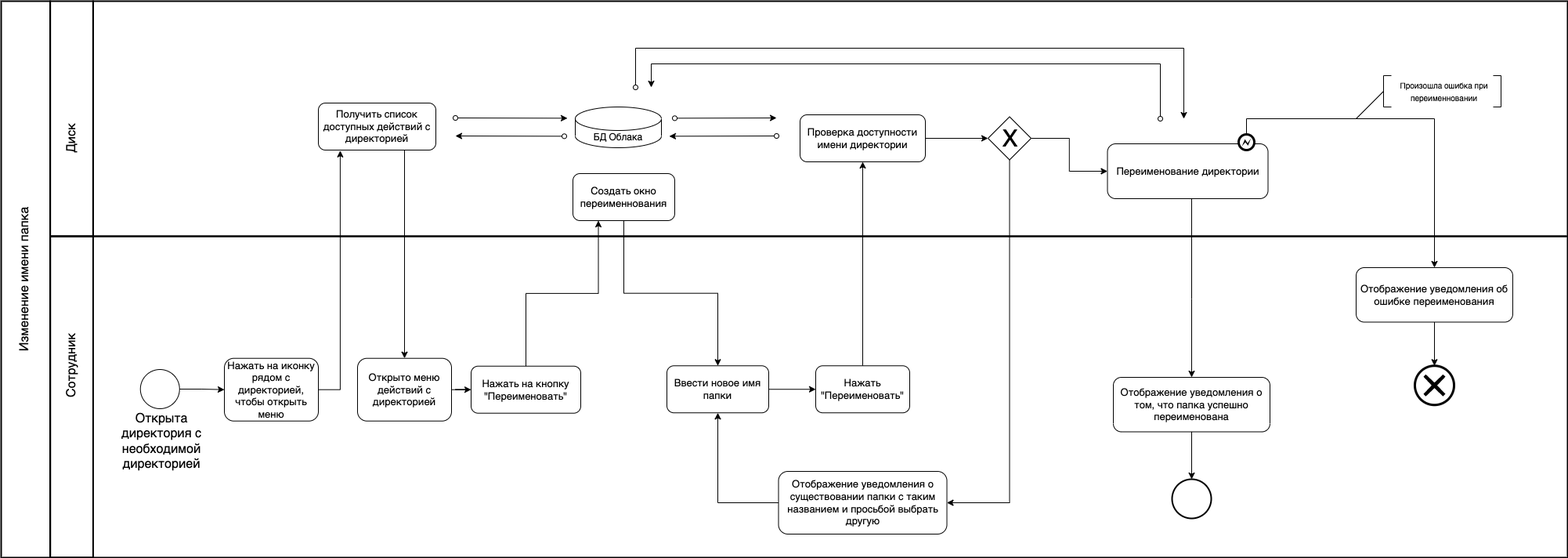
shuv8/cloudstorage keeps this draw.io diagram as docs/bpmn/UML + BPMN-7.8.2 BPMN.drawio.png. Above is the earlier version. Source tidied: cells renumbered, new cells last; positions are measured from the earlier drawing's top-left corner, leaving out a move shared by most shapes.
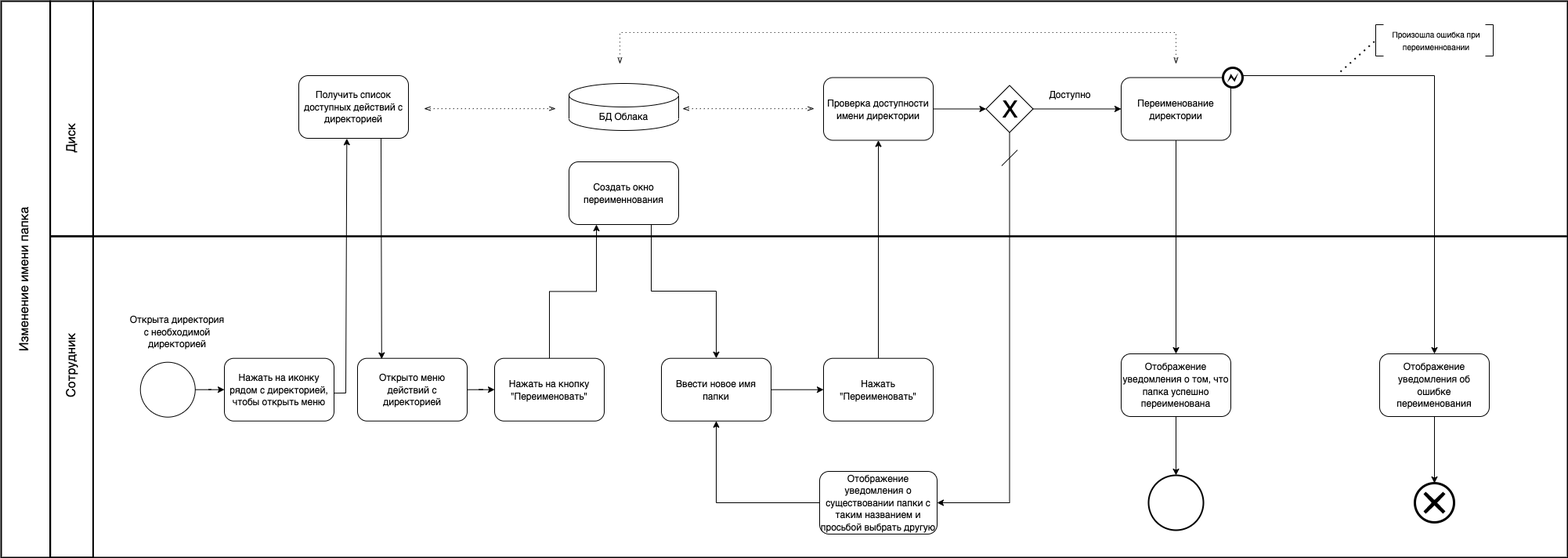
The same file after the commit.

What changed in the source:
```diff
@@ -4,2 +4,5 @@
     <mxCell id="1" parent="0" />
+    <mxCell id="60" style="rounded=0;whiteSpace=wrap;html=1;strokeWidth=2;fontSize=13;fillColor=none;" parent="1" vertex="1">
+      <mxGeometry x="187.4" width="1882.6" height="300" as="geometry" />
+    </mxCell>
     <mxCell id="2" style="rounded=0;whiteSpace=wrap;html=1;strokeWidth=2;fontSize=13;fillColor=none;" parent="1" vertex="1">
@@ -10,7 +13,7 @@
     </mxCell>
-    <mxCell id="4" value="Нажать на кнопку&lt;br&gt;&quot;Переименовать&quot;" style="rounded=1;whiteSpace=wrap;html=1;fontSize=13;" parent="1" vertex="1">
-      <mxGeometry x="670" y="465.7" width="140" height="60" as="geometry" />
+    <mxCell id="4" value="&lt;font style=&quot;font-size: 12px;&quot;&gt;Нажать на кнопку&lt;br&gt;&quot;Переименовать&quot;&lt;/font&gt;" style="rounded=1;whiteSpace=wrap;html=1;fontSize=13;" parent="1" vertex="1">
+      <mxGeometry x="700" y="455.7" width="140" height="80" as="geometry" />
     </mxCell>
     <mxCell id="5" style="ellipse;whiteSpace=wrap;html=1;fontSize=13;strokeWidth=2;" parent="1" vertex="1">
-      <mxGeometry x="1565" y="610" width="50" height="50" as="geometry" />
+      <mxGeometry x="1535" y="605" width="70" height="70" as="geometry" />
     </mxCell>
@@ -37,4 +40,4 @@
     </mxCell>
-    <mxCell id="13" value="Отображение уведомления о том, что папка успешно переименована" style="rounded=1;whiteSpace=wrap;html=1;fontSize=13;" parent="1" vertex="1">
-      <mxGeometry x="1490" y="480" width="200" height="69.5" as="geometry" />
+    <mxCell id="13" value="&lt;font style=&quot;font-size: 12px;&quot;&gt;Отображение уведомления о том, что папка успешно переименована&lt;/font&gt;" style="rounded=1;whiteSpace=wrap;html=1;fontSize=13;" parent="1" vertex="1">
+      <mxGeometry x="1500" y="450" width="140" height="80" as="geometry" />
     </mxCell>
@@ -48,10 +51,2 @@
     </mxCell>
-    <mxCell id="16" style="edgeStyle=orthogonalEdgeStyle;rounded=0;jettySize=auto;html=1;entryX=0.5;entryY=0;entryDx=0;entryDy=0;" parent="1" edge="1" source="41" target="13">
-      <mxGeometry relative="1" as="geometry">
-        <Array as="points">
-          <mxPoint x="1590" y="380" />
-          <mxPoint x="1590" y="380" />
-        </Array>
-      </mxGeometry>
-    </mxCell>
     <mxCell id="17" style="edgeStyle=orthogonalEdgeStyle;rounded=0;jettySize=auto;html=1;fontSize=11;" parent="1" edge="1" source="18" target="20">
@@ -59,4 +54,4 @@
     </mxCell>
-    <mxCell id="18" value="Ввести новое имя папки" style="rounded=1;whiteSpace=wrap;html=1;fontSize=13;" parent="1" vertex="1">
-      <mxGeometry x="920" y="465.2" width="130" height="60" as="geometry" />
+    <mxCell id="18" value="&lt;font style=&quot;font-size: 12px;&quot;&gt;Ввести новое имя папки&lt;/font&gt;" style="rounded=1;whiteSpace=wrap;html=1;fontSize=13;" parent="1" vertex="1">
+      <mxGeometry x="913" y="455.7" width="140" height="80" as="geometry" />
     </mxCell>
@@ -65,4 +60,4 @@
     </mxCell>
-    <mxCell id="20" value="Нажать&lt;br&gt;&quot;Переименовать&quot;" style="rounded=1;whiteSpace=wrap;html=1;fontSize=13;" parent="1" vertex="1">
-      <mxGeometry x="1110" y="465.2" width="120" height="60" as="geometry" />
+    <mxCell id="20" value="&lt;font style=&quot;font-size: 12px;&quot;&gt;Нажать&lt;br&gt;&quot;Переименовать&quot;&lt;/font&gt;" style="rounded=1;whiteSpace=wrap;html=1;fontSize=13;" parent="1" vertex="1">
+      <mxGeometry x="1120" y="455.7" width="140" height="80" as="geometry" />
     </mxCell>
@@ -71,4 +66,4 @@
     </mxCell>
-    <mxCell id="22" value="Отображение уведомления об ошибке переименования" style="rounded=1;whiteSpace=wrap;html=1;fontSize=13;" parent="1" vertex="1">
-      <mxGeometry x="1800" y="340" width="200" height="69.5" as="geometry" />
+    <mxCell id="22" value="&lt;font style=&quot;font-size: 12px;&quot;&gt;Отображение уведомления об ошибке переименования&lt;/font&gt;" style="rounded=1;whiteSpace=wrap;html=1;fontSize=13;" parent="1" vertex="1">
+      <mxGeometry x="1830" y="450" width="140" height="80" as="geometry" />
     </mxCell>
@@ -82,3 +77,3 @@
     <mxCell id="24" style="rhombus;whiteSpace=wrap;html=1;" parent="1" vertex="1">
-      <mxGeometry x="1330" y="147.5" width="55" height="55" as="geometry" />
+      <mxGeometry x="1327.5" y="107.5" width="60" height="60" as="geometry" />
     </mxCell>
@@ -88,3 +83,3 @@
     <mxCell id="26" value="&lt;font style=&quot;font-size: 30px&quot;&gt;X&lt;/font&gt;" style="text;html=1;align=center;verticalAlign=middle;" parent="1" vertex="1">
-      <mxGeometry x="1337.5" y="159.8" width="40" height="30" as="geometry" />
+      <mxGeometry x="1337.5" y="122.5" width="40" height="30" as="geometry" />
     </mxCell>
@@ -93,4 +88,4 @@
     </mxCell>
-    <mxCell id="28" value="Отображение уведомления о существовании папки с таким названием и просьбой выбрать другую" style="rounded=1;whiteSpace=wrap;html=1;fontSize=13;" parent="1" vertex="1">
-      <mxGeometry x="1062.5" y="600" width="215" height="80" as="geometry" />
+    <mxCell id="28" value="&lt;font style=&quot;font-size: 12px;&quot;&gt;Отображение уведомления о существовании папки с таким названием и просьбой выбрать другую&lt;/font&gt;" style="rounded=1;whiteSpace=wrap;html=1;fontSize=13;" parent="1" vertex="1">
+      <mxGeometry x="1115" y="600" width="150" height="80" as="geometry" />
     </mxCell>
@@ -100,6 +95,6 @@
     <mxCell id="30" style="ellipse;whiteSpace=wrap;html=1;fontSize=13;" parent="29" vertex="1">
-      <mxGeometry x="37.8" y="250" width="50" height="50" as="geometry" />
+      <mxGeometry x="37.8" y="240.7" width="70" height="70" as="geometry" />
     </mxCell>
-    <mxCell id="31" value="Нажать на иконку рядом с директорией, чтобы открыть меню" style="rounded=1;whiteSpace=wrap;html=1;fontSize=13;" parent="29" vertex="1">
-      <mxGeometry x="145" y="235.7" width="120" height="80" as="geometry" />
+    <mxCell id="31" value="&lt;font style=&quot;font-size: 12px;&quot;&gt;Нажать на иконку рядом с директорией, чтобы открыть меню&lt;/font&gt;" style="rounded=1;whiteSpace=wrap;html=1;fontSize=13;" parent="29" vertex="1">
+      <mxGeometry x="145" y="235.7" width="140" height="80" as="geometry" />
     </mxCell>
@@ -108,41 +103,22 @@
     </mxCell>
-    <mxCell id="33" value="&lt;font style=&quot;font-size: 16px&quot;&gt;Открыта директория с необходимой директорией&lt;/font&gt;" style="text;html=1;strokeColor=none;fillColor=none;align=center;verticalAlign=middle;whiteSpace=wrap;rounded=0;fontSize=13;rotation=0;" parent="29" vertex="1">
-      <mxGeometry y="320" width="130" height="43.5" as="geometry" />
+    <mxCell id="33" value="&lt;font style=&quot;font-size: 12px;&quot;&gt;Открыта директория с необходимой директорией&lt;/font&gt;" style="text;html=1;strokeColor=none;fillColor=none;align=center;verticalAlign=middle;whiteSpace=wrap;rounded=0;fontSize=13;rotation=0;" parent="29" vertex="1">
+      <mxGeometry x="20" y="180" width="130" height="43.5" as="geometry" />
     </mxCell>
-    <mxCell id="34" value="Открыто меню действий с директорией" style="rounded=1;whiteSpace=wrap;html=1;fontSize=13;" parent="29" vertex="1">
-      <mxGeometry x="315" y="235.7" width="120" height="80" as="geometry" />
+    <mxCell id="34" value="&lt;font style=&quot;font-size: 12px;&quot;&gt;Открыто меню действий с директорией&lt;/font&gt;" style="rounded=1;whiteSpace=wrap;html=1;fontSize=13;" parent="29" vertex="1">
+      <mxGeometry x="315" y="235.7" width="140" height="80" as="geometry" />
     </mxCell>
-    <mxCell id="35" value="Получить список доступных действий с директорией" style="rounded=1;whiteSpace=wrap;html=1;fontSize=13;" parent="1" vertex="1">
-      <mxGeometry x="475" y="130" width="150" height="60" as="geometry" />
+    <mxCell id="35" value="&lt;font style=&quot;font-size: 12px;&quot;&gt;Получить список доступных действий с директорией&lt;/font&gt;" style="rounded=1;whiteSpace=wrap;html=1;fontSize=13;" parent="1" vertex="1">
+      <mxGeometry x="450" y="95" width="140" height="80" as="geometry" />
     </mxCell>
-    <mxCell id="36" style="edgeStyle=orthogonalEdgeStyle;rounded=0;jettySize=auto;html=1;entryX=0.186;entryY=1.013;entryDx=0;entryDy=0;entryPerimeter=0;" parent="1" edge="1" source="31" target="35">
-      <mxGeometry relative="1" as="geometry">
-        <Array as="points">
-          <mxPoint x="502" y="496" />
-          <mxPoint x="502" y="191" />
-        </Array>
-      </mxGeometry>
-    </mxCell>
-    <mxCell id="37" style="edgeStyle=orthogonalEdgeStyle;rounded=0;jettySize=auto;html=1;entryX=0.5;entryY=0;entryDx=0;entryDy=0;exitX=0.75;exitY=1;exitDx=0;exitDy=0;" parent="1" edge="1" source="35" target="34">
-      <mxGeometry relative="1" as="geometry">
-        <Array as="points">
-          <mxPoint x="585" y="190" />
-        </Array>
-      </mxGeometry>
-    </mxCell>
     <mxCell id="38" style="edgeStyle=orthogonalEdgeStyle;rounded=0;jettySize=auto;html=1;entryX=0.5;entryY=0;entryDx=0;entryDy=0;" parent="1" edge="1" source="39" target="18">
-      <mxGeometry relative="1" as="geometry" />
+      <mxGeometry relative="1" as="geometry">
+        <Array as="points">
+          <mxPoint x="900" y="370" />
+          <mxPoint x="983" y="370" />
+        </Array>
+      </mxGeometry>
     </mxCell>
-    <mxCell id="39" value="Создать окно переименнования" style="rounded=1;whiteSpace=wrap;html=1;fontSize=13;" parent="1" vertex="1">
-      <mxGeometry x="800" y="220" width="130" height="60" as="geometry" />
+    <mxCell id="39" value="&lt;font style=&quot;font-size: 12px;&quot;&gt;Создать окно переименнования&lt;/font&gt;" style="rounded=1;whiteSpace=wrap;html=1;fontSize=13;" parent="1" vertex="1">
+      <mxGeometry x="795" y="205" width="140" height="80" as="geometry" />
     </mxCell>
-    <mxCell id="40" style="group;" parent="1" vertex="1">
-      <mxGeometry x="1550" y="130" width="192.5" height="122" as="geometry" />
-    </mxCell>
-    <mxCell id="41" value="Переименование директории" style="rounded=1;whiteSpace=wrap;html=1;fontSize=13;" parent="40" vertex="1">
-      <mxGeometry x="-67.5" y="52" width="205" height="70" as="geometry" />
-    </mxCell>
-    <mxCell id="42" style="shape=mxgraph.bpmn.shape;html=1;verticalLabelPosition=bottom;labelBackgroundColor=#ffffff;verticalAlign=top;align=center;perimeter=ellipsePerimeter;outlineConnect=0;outline=end;symbol=error;" parent="40" vertex="1">
-      <mxGeometry x="100" y="40" width="20" height="20" as="geometry" />
-    </mxCell>
     <mxCell id="43" style="edgeStyle=orthogonalEdgeStyle;rounded=0;jettySize=auto;html=1;entryX=0.5;entryY=0;entryDx=0;entryDy=0;" parent="1" edge="1" source="42" target="22">
@@ -150,4 +126,3 @@
         <Array as="points">
-          <mxPoint x="1660" y="150" />
-          <mxPoint x="1900" y="150" />
+          <mxPoint x="1900" y="95" />
         </Array>
@@ -156,3 +131,3 @@
     <mxCell id="44" style="group;" parent="1" vertex="1">
-      <mxGeometry x="1800" y="95" width="185" height="55" as="geometry" />
+      <mxGeometry x="1790" y="30" width="185" height="55" as="geometry" />
     </mxCell>
@@ -170,7 +145,2 @@
     </mxCell>
-    <mxCell id="49" style="endArrow=none;html=1;rounded=0;entryX=0.5;entryY=1;entryDx=0;entryDy=0;" parent="46" edge="1" target="47">
-      <mxGeometry relative="1" as="geometry">
-        <mxPoint y="55" as="sourcePoint" />
-      </mxGeometry>
-    </mxCell>
     <mxCell id="50" style="edgeStyle=orthogonalEdgeStyle;rounded=0;jettySize=auto;html=1;entryX=0;entryY=0.5;entryDx=0;entryDy=0;" parent="1" edge="1" source="51" target="24">
@@ -178,58 +148,66 @@
     </mxCell>
-    <mxCell id="51" value="Проверка доступности имени директории" style="rounded=1;whiteSpace=wrap;html=1;fontSize=13;" parent="1" vertex="1">
-      <mxGeometry x="1090" y="145" width="160" height="60" as="geometry" />
+    <mxCell id="51" value="&lt;font style=&quot;font-size: 12px;&quot;&gt;Проверка доступности имени директории&lt;/font&gt;" style="rounded=1;whiteSpace=wrap;html=1;fontSize=13;" parent="1" vertex="1">
+      <mxGeometry x="1120" y="97.5" width="140" height="80" as="geometry" />
     </mxCell>
     <mxCell id="52" style="points=[[0.145,0.145,0],[0.5,0,0],[0.855,0.145,0],[1,0.5,0],[0.855,0.855,0],[0.5,1,0],[0.145,0.855,0],[0,0.5,0]];shape=mxgraph.bpmn.event;html=1;verticalLabelPosition=bottom;labelBackgroundColor=#ffffff;verticalAlign=top;align=center;perimeter=ellipsePerimeter;outlineConnect=0;outline=end;symbol=cancel;" parent="1" vertex="1">
-      <mxGeometry x="1875" y="465.2" width="50" height="50" as="geometry" />
+      <mxGeometry x="1875" y="615" width="50" height="50" as="geometry" />
     </mxCell>
     <mxCell id="53" value="БД Облака" style="shape=cylinder3;whiteSpace=wrap;html=1;boundedLbl=1;backgroundOutline=1;size=15;" parent="1" vertex="1">
-      <mxGeometry x="803" y="135" width="110" height="52" as="geometry" />
+      <mxGeometry x="795" y="105" width="140" height="60" as="geometry" />
     </mxCell>
-    <mxCell id="54" style="endArrow=classic;html=1;rounded=0;startArrow=oval;startFill=0;" parent="1" edge="1">
-      <mxGeometry relative="1" as="geometry">
-        <mxPoint x="930" y="149.3" as="sourcePoint" />
-        <mxPoint x="1060" y="149" as="targetPoint" />
-      </mxGeometry>
-    </mxCell>
-    <mxCell id="55" style="endArrow=classic;html=1;rounded=0;startArrow=oval;startFill=0;" parent="1" edge="1">
-      <mxGeometry relative="1" as="geometry">
-        <mxPoint x="1060" y="172" as="sourcePoint" />
-        <mxPoint x="923" y="172.3" as="targetPoint" />
-      </mxGeometry>
-    </mxCell>
-    <mxCell id="56" style="endArrow=classic;html=1;rounded=0;startArrow=oval;startFill=0;" parent="1" edge="1">
-      <mxGeometry relative="1" as="geometry">
-        <mxPoint x="650" y="149" as="sourcePoint" />
-        <mxPoint x="793" y="149.4" as="targetPoint" />
-      </mxGeometry>
-    </mxCell>
-    <mxCell id="57" style="endArrow=classic;html=1;rounded=0;startArrow=oval;startFill=0;" parent="1" edge="1">
-      <mxGeometry relative="1" as="geometry">
-        <mxPoint x="789" y="172.3" as="sourcePoint" />
-        <mxPoint x="650" y="172" as="targetPoint" />
-      </mxGeometry>
-    </mxCell>
-    <mxCell id="58" style="endArrow=classic;html=1;rounded=0;startArrow=oval;startFill=0;" parent="1" edge="1">
-      <mxGeometry relative="1" as="geometry">
-        <mxPoint x="880" y="110" as="sourcePoint" />
-        <mxPoint x="1580" y="150" as="targetPoint" />
-        <Array as="points">
-          <mxPoint x="880" y="60" />
-          <mxPoint x="1580" y="60" />
-        </Array>
-      </mxGeometry>
-    </mxCell>
-    <mxCell id="59" style="endArrow=classic;html=1;rounded=0;startArrow=oval;startFill=0;" parent="1" edge="1">
-      <mxGeometry relative="1" as="geometry">
-        <mxPoint x="1550" y="150" as="sourcePoint" />
-        <mxPoint x="900" y="110" as="targetPoint" />
-        <Array as="points">
-          <mxPoint x="1550" y="80" />
-          <mxPoint x="900" y="80" />
-        </Array>
-      </mxGeometry>
-    </mxCell>
-    <mxCell id="60" style="rounded=0;whiteSpace=wrap;html=1;strokeWidth=2;fontSize=13;fillColor=none;" parent="1" vertex="1">
-      <mxGeometry x="187.4" width="1882.6" height="300" as="geometry" />
-    </mxCell>
+    <mxCell id="41" value="&lt;font style=&quot;font-size: 12px;&quot;&gt;Переименование директории&lt;/font&gt;" style="rounded=1;whiteSpace=wrap;html=1;fontSize=13;" parent="1" vertex="1">
+      <mxGeometry x="1500" y="97.5" width="140" height="80" as="geometry" />
+    </mxCell>
+    <mxCell id="36" style="endArrow=classic;html=1;rounded=0;fontSize=12;entryX=0.438;entryY=1.004;entryDx=0;entryDy=0;entryPerimeter=0;exitX=0.996;exitY=0.556;exitDx=0;exitDy=0;exitPerimeter=0;" parent="1" edge="1" source="31" target="35">
+      <mxGeometry relative="1" as="geometry">
+        <Array as="points">
+          <mxPoint x="510" y="500" />
+        </Array>
+      </mxGeometry>
+    </mxCell>
+    <mxCell id="37" style="endArrow=classic;html=1;rounded=0;fontSize=12;exitX=0.75;exitY=1;exitDx=0;exitDy=0;entryX=0.22;entryY=0.011;entryDx=0;entryDy=0;entryPerimeter=0;" parent="1" edge="1" source="35" target="34">
+      <mxGeometry relative="1" as="geometry" />
+    </mxCell>
+    <mxCell id="61" style="edgeStyle=elbowEdgeStyle;fontSize=12;html=1;endFill=0;startFill=0;endSize=6;startSize=6;dashed=1;dashPattern=1 4;endArrow=openThin;startArrow=openThin;rounded=0;jumpStyle=none;exitX=1;exitY=0.5;exitDx=0;exitDy=0;entryX=0;entryY=0.5;entryDx=0;entryDy=0;entryPerimeter=0;" parent="1" edge="1">
+      <mxGeometry relative="1" as="geometry">
+        <mxPoint x="610" y="137.1" as="sourcePoint" />
+        <mxPoint x="778" y="137.1" as="targetPoint" />
+      </mxGeometry>
+    </mxCell>
+    <mxCell id="62" style="edgeStyle=elbowEdgeStyle;fontSize=12;html=1;endFill=0;startFill=0;endSize=6;startSize=6;dashed=1;dashPattern=1 4;endArrow=openThin;startArrow=openThin;rounded=0;jumpStyle=none;exitX=1;exitY=0.5;exitDx=0;exitDy=0;entryX=0;entryY=0.5;entryDx=0;entryDy=0;entryPerimeter=0;" parent="1" edge="1">
+      <mxGeometry relative="1" as="geometry">
+        <mxPoint x="940" y="137.1" as="sourcePoint" />
+        <mxPoint x="1108" y="137.1" as="targetPoint" />
+      </mxGeometry>
+    </mxCell>
+    <mxCell id="63" style="edgeStyle=orthogonalEdgeStyle;fontSize=12;html=1;endFill=0;startFill=0;endSize=6;startSize=6;dashed=1;dashPattern=1 4;endArrow=openThin;startArrow=openThin;rounded=0;jumpStyle=none;" parent="1" edge="1">
+      <mxGeometry relative="1" as="geometry">
+        <mxPoint x="860" y="80" as="sourcePoint" />
+        <mxPoint x="1570" y="80" as="targetPoint" />
+        <Array as="points">
+          <mxPoint x="860" y="40" />
+          <mxPoint x="1570" y="40" />
+        </Array>
+      </mxGeometry>
+    </mxCell>
+    <mxCell id="42" style="shape=mxgraph.bpmn.shape;html=1;verticalLabelPosition=bottom;labelBackgroundColor=#ffffff;verticalAlign=top;align=center;perimeter=ellipsePerimeter;outlineConnect=0;outline=end;symbol=error;" parent="1" vertex="1">
+      <mxGeometry x="1630" y="85" width="25" height="25" as="geometry" />
+    </mxCell>
+    <mxCell id="64" style="endArrow=none;dashed=1;html=1;dashPattern=1 3;strokeWidth=2;rounded=0;fontSize=12;entryX=0.5;entryY=1;entryDx=0;entryDy=0;" parent="1" edge="1" target="47">
+      <mxGeometry relative="1" as="geometry">
+        <mxPoint x="1780" y="90" as="sourcePoint" />
+      </mxGeometry>
+    </mxCell>
+    <mxCell id="65" value="&lt;font style=&quot;font-size: 12px;&quot;&gt;Доступно&lt;/font&gt;" style="text;html=1;strokeColor=none;fillColor=none;align=center;verticalAlign=middle;whiteSpace=wrap;rounded=0;fontSize=13;rotation=0;" parent="1" vertex="1">
+      <mxGeometry x="1370" y="97.5" width="130" height="43.5" as="geometry" />
+    </mxCell>
+    <mxCell id="66" style="endArrow=none;html=1;rounded=0;fontSize=12;jumpStyle=none;" parent="1" edge="1">
+      <mxGeometry relative="1" as="geometry">
+        <mxPoint x="1347.5" y="210" as="sourcePoint" />
+        <mxPoint x="1367.5" y="190" as="targetPoint" />
+      </mxGeometry>
+    </mxCell>
+    <mxCell id="16" style="endArrow=classic;html=1;rounded=0;fontSize=12;" parent="1" edge="1" source="41" target="13">
+      <mxGeometry relative="1" as="geometry" />
+    </mxCell>
   </root>
```
